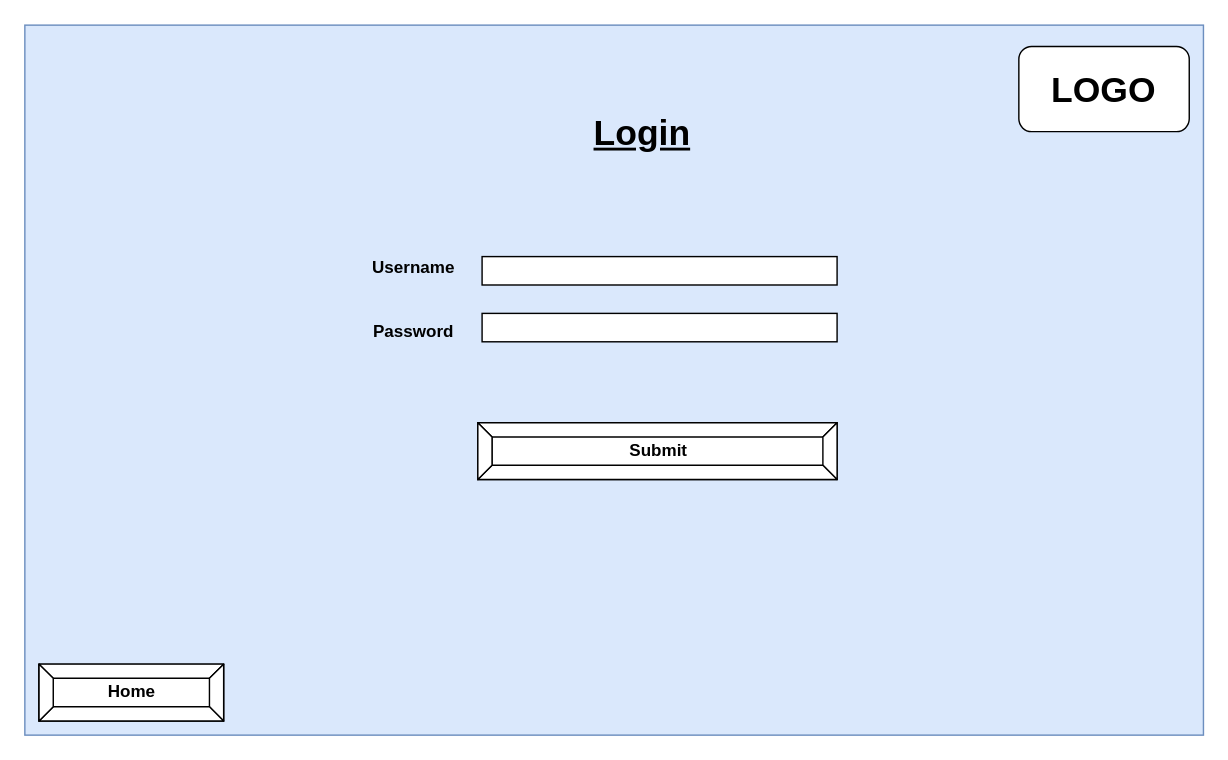
This is UI Mockups/Login.drawio from averydl/Bmail, a draw.io file, before an edit. Source tidied: cells renumbered, new cells numbered last; positions are measured from the earlier drawing's top-left corner, leaving out a move shared by most shapes. Both pictures are drawn from the tidied source at 142%, with x=0, y=0 at pixel (24, 24). Pictures stored in the file or linked from it are replaced by grey dashed boxes.
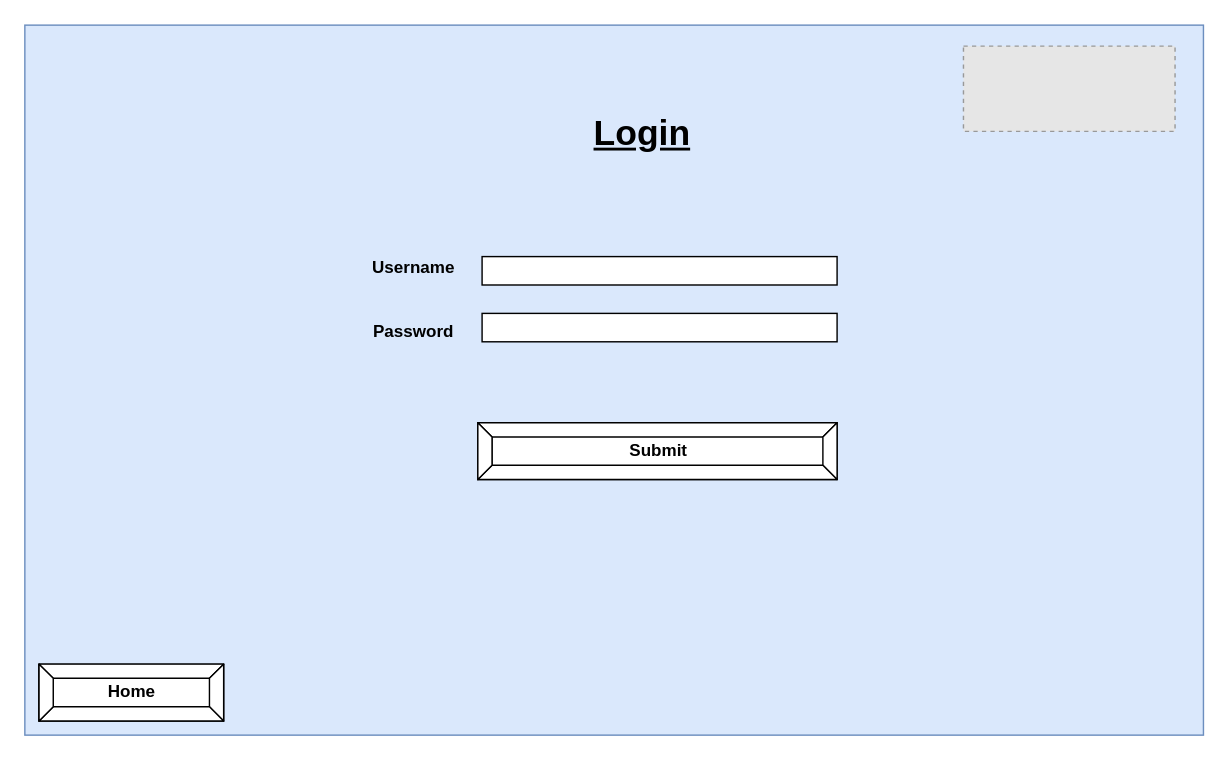
The same diagram, later.

Commit message (it also covers changes not shown here):
added 'Bmail' logo to UI mockups

The edit, as a diff of the source:
```diff
@@
 <mxGraphModel>
   <root>
     <mxCell id="0" />
     <mxCell id="1" parent="0" />
     <mxCell id="2" style="rounded=0;whiteSpace=wrap;html=1;fillColor=#dae8fc;strokeColor=#6c8ebf;" parent="1" vertex="1">
       <mxGeometry y="0.2" width="830" height="500" as="geometry" />
     </mxCell>
     <mxCell id="3" value="&lt;b&gt;Submit&lt;/b&gt;" style="labelPosition=center;verticalLabelPosition=middle;align=center;html=1;shape=mxgraph.basic.button;dx=10;" parent="1" vertex="1">
       <mxGeometry x="319" y="280.2" width="253" height="40" as="geometry" />
     </mxCell>
     <mxCell id="4" style="rounded=0;whiteSpace=wrap;html=1;" parent="1" vertex="1">
       <mxGeometry x="322" y="163.2" width="250" height="20" as="geometry" />
     </mxCell>
     <mxCell id="5" style="rounded=0;whiteSpace=wrap;html=1;" parent="1" vertex="1">
       <mxGeometry x="322" y="203.2" width="250" height="20" as="geometry" />
     </mxCell>
     <mxCell id="6" value="&lt;b&gt;Username&lt;/b&gt;" style="text;html=1;strokeColor=none;fillColor=none;align=center;verticalAlign=middle;whiteSpace=wrap;rounded=0;" parent="1" vertex="1">
       <mxGeometry x="254" y="161.2" width="40" height="20" as="geometry" />
     </mxCell>
     <mxCell id="7" value="&lt;b&gt;Password&lt;/b&gt;" style="text;html=1;strokeColor=none;fillColor=none;align=center;verticalAlign=middle;whiteSpace=wrap;rounded=0;" parent="1" vertex="1">
       <mxGeometry x="254" y="205.7" width="40" height="20" as="geometry" />
     </mxCell>
     <mxCell id="8" value="&lt;b&gt;&lt;font style=&quot;font-size: 25px&quot;&gt;&lt;u&gt;Login&lt;br&gt;&lt;/u&gt;&lt;/font&gt;&lt;/b&gt;" style="text;html=1;strokeColor=none;fillColor=none;align=center;verticalAlign=middle;whiteSpace=wrap;rounded=0;" parent="1" vertex="1">
       <mxGeometry x="414.5" y="65.2" width="40" height="20" as="geometry" />
     </mxCell>
     <mxCell id="9" value="&lt;b&gt;Home&lt;/b&gt;" style="labelPosition=center;verticalLabelPosition=middle;align=center;html=1;shape=mxgraph.basic.button;dx=10;" parent="1" vertex="1">
       <mxGeometry x="10" y="450.2" width="130" height="40" as="geometry" />
     </mxCell>
-    <mxCell id="10" value="&lt;b&gt;&lt;font style=&quot;font-size: 25px&quot;&gt;LOGO&lt;/font&gt;&lt;/b&gt;" style="rounded=1;whiteSpace=wrap;html=1;" parent="1" vertex="1">
-      <mxGeometry x="700" y="15.2" width="120" height="60" as="geometry" />
-    </mxCell>
+    <mxCell id="11" style="fillColor=#E6E6E6;strokeColor=#999999;dashed=1;verticalLabelPosition=bottom;labelBackgroundColor=#ffffff;verticalAlign=top;" parent="1" vertex="1">
+      <mxGeometry x="661" y="15" width="149" height="60" as="geometry" />
+    </mxCell>
   </root>
 </mxGraphModel>
```
